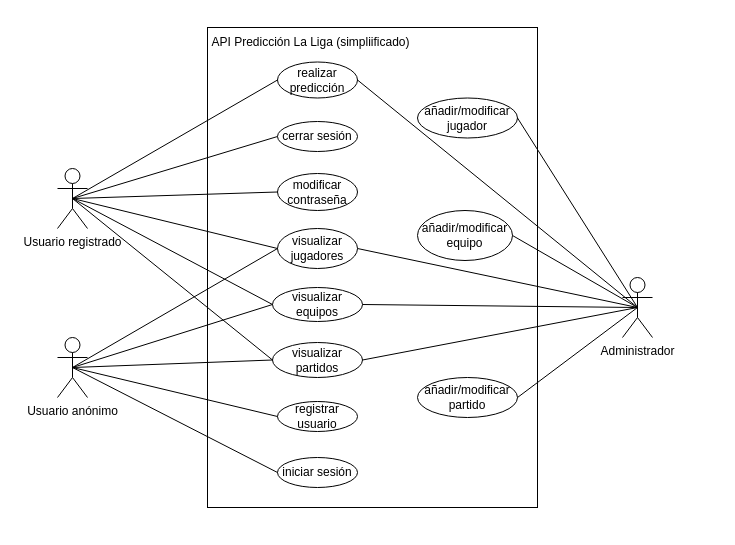
The draw.io diagram docs/diagrama_casos_uso.drawio in juanpablozs/TFG, before the edit. Source tidied: cells renumbered, new cells numbered last; positions are measured from the earlier drawing's top-left corner, leaving out a move shared by most shapes. Both pictures are drawn from the tidied source at 100%, with x=0, y=0 at pixel (17, 17).
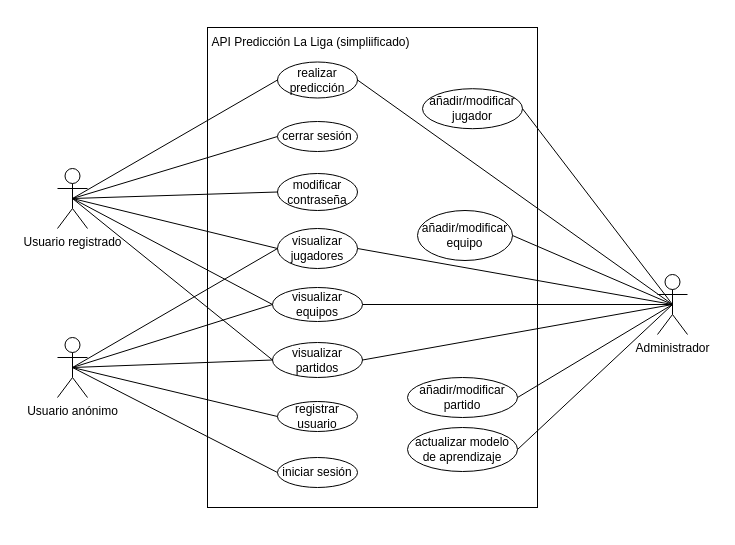
The same page after the edit.

Commit message (it also covers changes not shown here):
Cambio diagrama de uso y openapi en ruta de jugadores

Unchanged cells that the change refers to:
```xml
<mxCell id="11" value="visualizar jugadores" style="ellipse;whiteSpace=wrap;html=1;" parent="1" vertex="1">
  <mxGeometry x="260" y="211" width="80" height="40" as="geometry" />
</mxCell>
<mxCell id="14" value="visualizar equipos" style="ellipse;whiteSpace=wrap;html=1;" parent="1" vertex="1">
  <mxGeometry x="255" y="270" width="90" height="34" as="geometry" />
</mxCell>
```

What changed in the source:
```diff
@@
     <mxCell id="5" value="&lt;div&gt;Administrador&lt;/div&gt;" style="shape=umlActor;verticalLabelPosition=bottom;verticalAlign=top;html=1;outlineConnect=0;" parent="1" vertex="1">
-      <mxGeometry x="605" y="260" width="30" height="60" as="geometry" />
+      <mxGeometry x="640" y="257" width="30" height="60" as="geometry" />
     </mxCell>
@@
     <mxCell id="19" value="añadir/modificar partido" style="ellipse;whiteSpace=wrap;html=1;flipV=0;" parent="1" vertex="1">
-      <mxGeometry x="400" y="360" width="100" height="40" as="geometry" />
+      <mxGeometry x="390" y="360" width="110" height="40" as="geometry" />
     </mxCell>
@@
     <mxCell id="26" value="añadir/modificar jugador" style="ellipse;whiteSpace=wrap;html=1;flipV=0;" parent="1" vertex="1">
-      <mxGeometry x="400" y="80.5" width="100" height="40" as="geometry" />
+      <mxGeometry x="405" y="71.2" width="100" height="40" as="geometry" />
     </mxCell>
@@
-    <mxCell id="33" style="endArrow=none;html=1;rounded=0;entryX=1;entryY=0.5;entryDx=0;entryDy=0;" parent="1" edge="1" target="11">
-      <mxGeometry relative="1" as="geometry">
-        <mxPoint x="620" y="290" as="sourcePoint" />
-      </mxGeometry>
+    <mxCell id="33" style="endArrow=none;html=1;rounded=0;entryX=1;entryY=0.5;entryDx=0;entryDy=0;exitX=0.5;exitY=0.5;exitDx=0;exitDy=0;exitPerimeter=0;" parent="1" edge="1" source="5" target="11">
+      <mxGeometry relative="1" as="geometry" />
     </mxCell>
-    <mxCell id="34" style="endArrow=none;html=1;rounded=0;entryX=1;entryY=0.5;entryDx=0;entryDy=0;" parent="1" edge="1" target="14">
-      <mxGeometry relative="1" as="geometry">
-        <mxPoint x="620" y="290" as="sourcePoint" />
-      </mxGeometry>
+    <mxCell id="34" style="endArrow=none;html=1;rounded=0;entryX=1;entryY=0.5;entryDx=0;entryDy=0;exitX=0.5;exitY=0.5;exitDx=0;exitDy=0;exitPerimeter=0;" parent="1" edge="1" source="5" target="14">
+      <mxGeometry relative="1" as="geometry" />
     </mxCell>
@@
+    <mxCell id="37" value="actualizar modelo de aprendizaje" style="ellipse;whiteSpace=wrap;html=1;flipV=0;" parent="1" vertex="1">
+      <mxGeometry x="390" y="410" width="110" height="44" as="geometry" />
+    </mxCell>
+    <mxCell id="38" style="endArrow=none;html=1;rounded=0;entryX=1;entryY=0.5;entryDx=0;entryDy=0;exitX=0.5;exitY=0.5;exitDx=0;exitDy=0;exitPerimeter=0;" parent="1" edge="1" source="5" target="37">
+      <mxGeometry relative="1" as="geometry" />
+    </mxCell>
```
